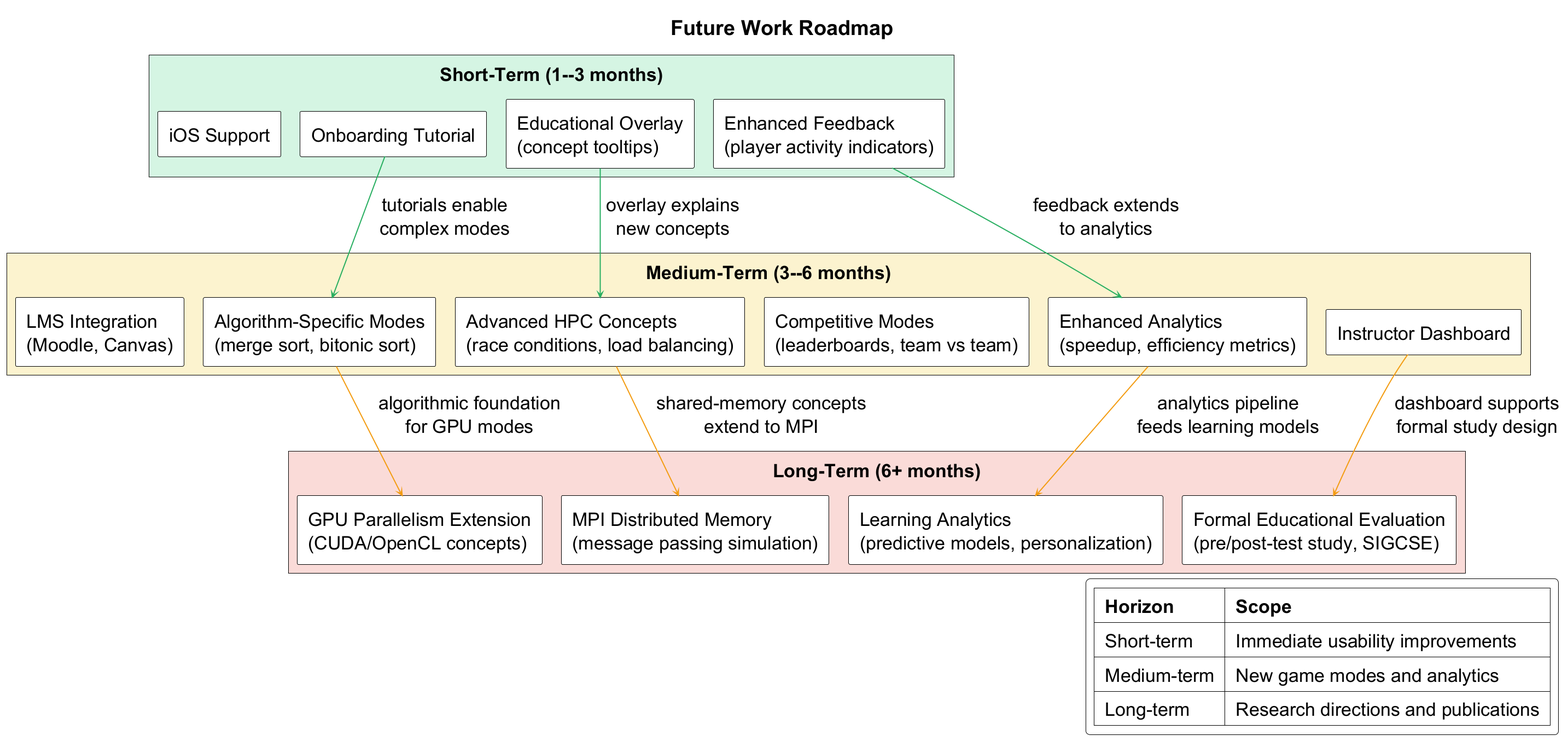
Above: figures/diagrams/future-work-roadmap.png in Siponek/HPC-thesis (PlantUML), before the change.
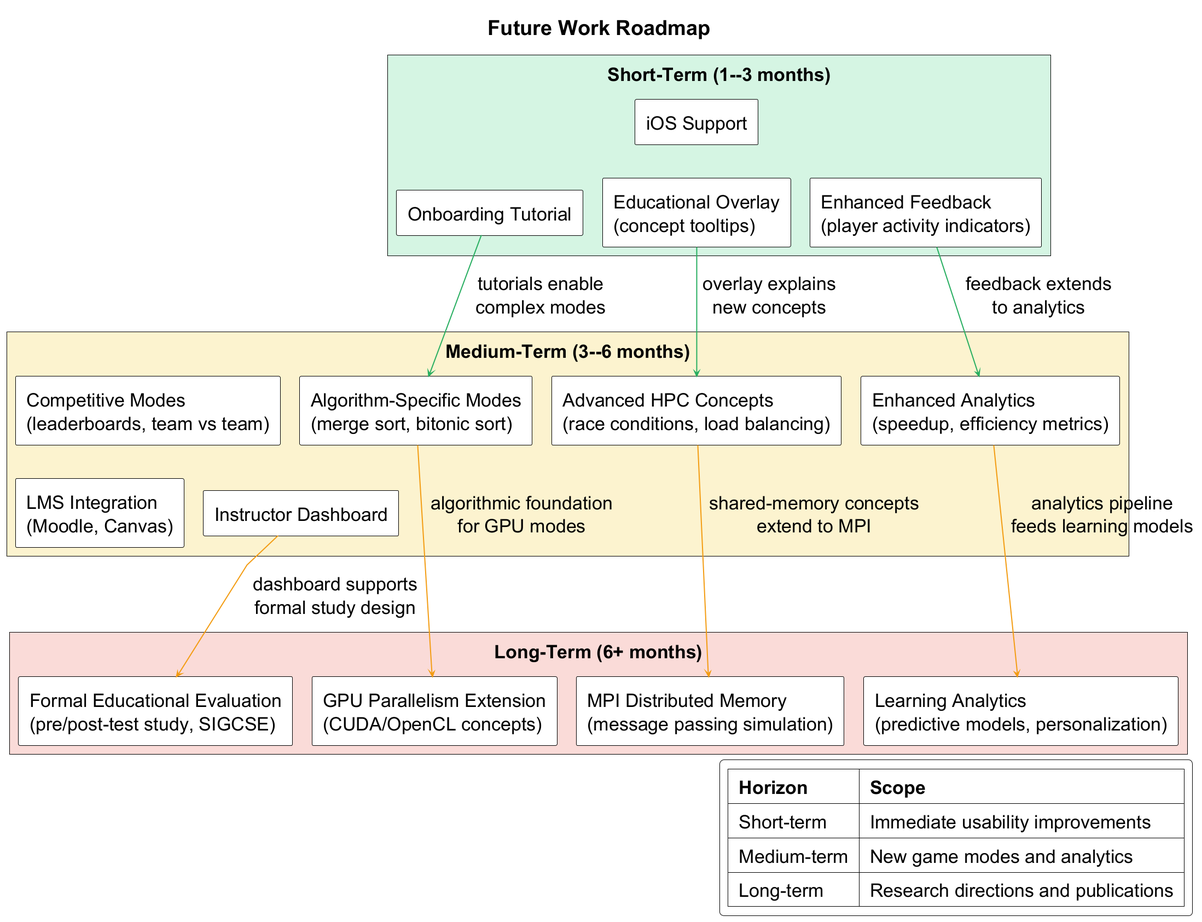
Above is the later version.

The edit, as a diff of the source:
```diff
@@ -1,6 +1,8 @@
 @startuml future-work-roadmap
 !theme plain
 !include ../shared/theme.puml
+skinparam style strictuml
+skinparam linetype polyline
 
 title Future Work Roadmap
 
@@ -9,6 +11,12 @@
   rectangle "Educational Overlay\n(concept tooltips)" as ST2 #White
   rectangle "Enhanced Feedback\n(player activity indicators)" as ST3 #White
   rectangle "iOS Support" as ST4 #White
+  ST4 -right[hidden]-> ST3
+  ST4 -down[hidden]-> ST1
+  ST2 -down[hidden]-> ST4
+  ST2 -right[hidden]-> ST3
+  ST1 -right[hidden]-> ST2
+
 }
 
 rectangle "**Medium-Term (3--6 months)**" as MED #FCF3CF {
@@ -18,6 +26,11 @@
   rectangle "Enhanced Analytics\n(speedup, efficiency metrics)" as MT4 #White
   rectangle "Instructor Dashboard" as MT5 #White
   rectangle "LMS Integration\n(Moodle, Canvas)" as MT6 #White
+
+
+  MT3 -down[hidden]-> MT6
+  MT3 -down[hidden]-> MT5
+
 }
 
 rectangle "**Long-Term (6+ months)**" as LONG #FADBD8 {
```
